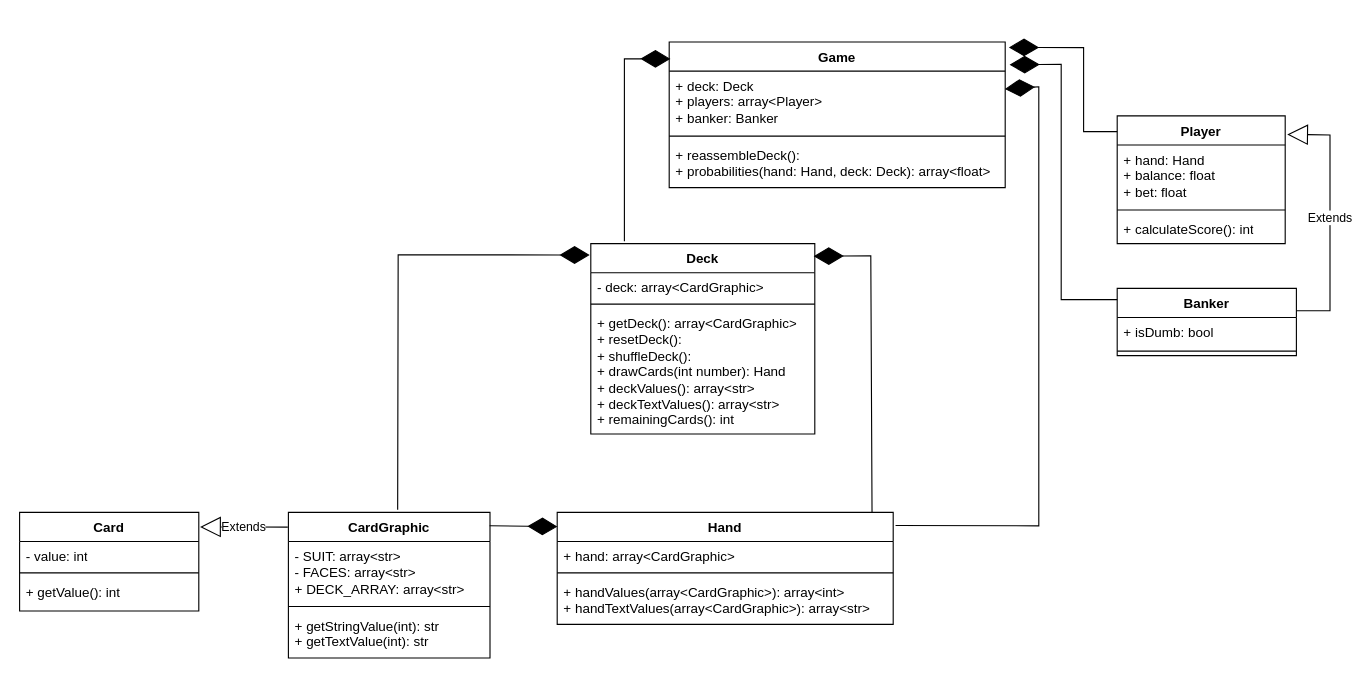
Above: uml-21.drawio in dougherty-dev/mvc (draw.io), before the change. Source tidied: cells renumbered, new cells numbered last; positions are measured from the earlier drawing's top-left corner, leaving out a move shared by most shapes. Both pictures are drawn from the tidied source at 112%, with x=0, y=0 at pixel (19, 41).
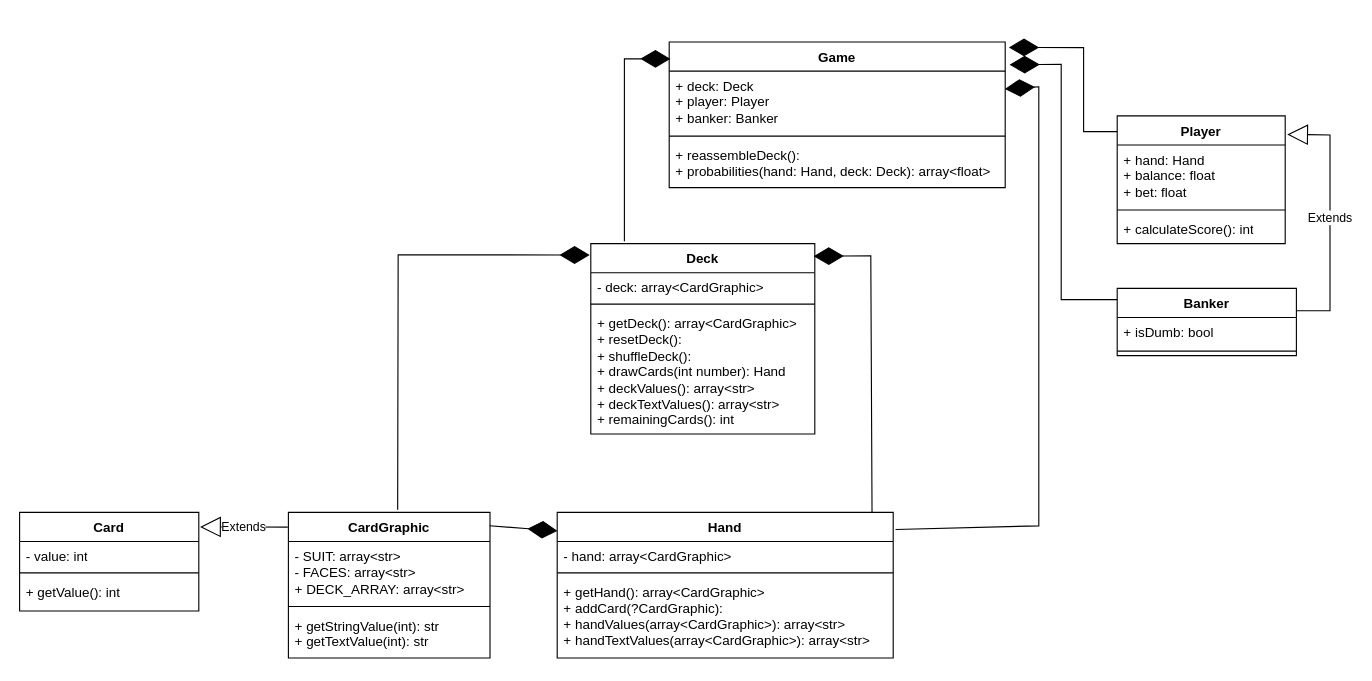
Above is the later version.

The change refers to these unchanged cells:
```xml
<mxCell id="22" value="Game" style="swimlane;fontStyle=1;align=center;verticalAlign=top;horizontal=1;startSize=26;whiteSpace=wrap;html=1;" parent="1" vertex="1">
  <mxGeometry x="580" width="300" height="130" as="geometry" />
</mxCell>
```

What changed in the source:
```diff
@@
     <mxCell id="10" value="Hand" style="swimlane;fontStyle=1;align=center;verticalAlign=top;horizontal=1;startSize=26;whiteSpace=wrap;html=1;" parent="1" vertex="1">
-      <mxGeometry x="480" y="420" width="300" height="100" as="geometry" />
+      <mxGeometry x="480" y="420" width="300" height="130" as="geometry" />
     </mxCell>
-    <mxCell id="11" value="+ hand: array&amp;lt;CardGraphic&amp;gt;" style="text;strokeColor=none;fillColor=none;align=left;verticalAlign=top;spacingLeft=4;spacingRight=4;overflow=hidden;whiteSpace=wrap;html=1;" parent="10" vertex="1">
+    <mxCell id="11" value="- hand: array&amp;lt;CardGraphic&amp;gt;" style="text;strokeColor=none;fillColor=none;align=left;verticalAlign=top;spacingLeft=4;spacingRight=4;overflow=hidden;whiteSpace=wrap;html=1;" parent="10" vertex="1">
       <mxGeometry y="26" width="300" height="24" as="geometry" />
     </mxCell>
@@
-    <mxCell id="13" value="+ handValues(array&amp;lt;CardGraphic&amp;gt;): array&amp;lt;int&amp;gt;&lt;div&gt;+ handTextValues(array&amp;lt;CardGraphic&amp;gt;): array&amp;lt;str&amp;gt;&lt;/div&gt;" style="text;strokeColor=none;fillColor=none;align=left;verticalAlign=top;spacingLeft=4;spacingRight=4;overflow=hidden;whiteSpace=wrap;html=1;" parent="10" vertex="1">
-      <mxGeometry y="58" width="300" height="42" as="geometry" />
+    <mxCell id="13" value="&lt;div&gt;+ getHand():&amp;nbsp;&lt;span style=&quot;background-color: transparent; color: light-dark(rgb(0, 0, 0), rgb(255, 255, 255));&quot;&gt;array&amp;lt;CardGraphic&amp;gt;&lt;/span&gt;&lt;/div&gt;&lt;div&gt;&lt;span style=&quot;background-color: transparent; color: light-dark(rgb(0, 0, 0), rgb(255, 255, 255));&quot;&gt;+ addCard(?&lt;/span&gt;&lt;span style=&quot;background-color: transparent; color: light-dark(rgb(0, 0, 0), rgb(255, 255, 255));&quot;&gt;CardGraphic&lt;/span&gt;&lt;span style=&quot;background-color: transparent; color: light-dark(rgb(0, 0, 0), rgb(255, 255, 255));&quot;&gt;):&lt;/span&gt;&lt;/div&gt;+ handValues(array&amp;lt;CardGraphic&amp;gt;): array&amp;lt;str&amp;gt;&lt;div&gt;+ handTextValues(array&amp;lt;CardGraphic&amp;gt;): array&amp;lt;str&amp;gt;&lt;/div&gt;" style="text;strokeColor=none;fillColor=none;align=left;verticalAlign=top;spacingLeft=4;spacingRight=4;overflow=hidden;whiteSpace=wrap;html=1;" parent="10" vertex="1">
+      <mxGeometry y="58" width="300" height="72" as="geometry" />
     </mxCell>
@@
-    <mxCell id="23" value="+ deck: Deck&lt;br&gt;+ players: array&amp;lt;Player&amp;gt;&lt;div&gt;+ banker: Banker&lt;/div&gt;" style="text;strokeColor=none;fillColor=none;align=left;verticalAlign=top;spacingLeft=4;spacingRight=4;overflow=hidden;points=[[0,0.5],[1,0.5]];portConstraint=eastwest;whiteSpace=wrap;html=1;" parent="22" vertex="1">
+    <mxCell id="23" value="+ deck: Deck&lt;br&gt;+ player: Player&lt;div&gt;+ banker: Banker&lt;/div&gt;" style="text;strokeColor=none;fillColor=none;align=left;verticalAlign=top;spacingLeft=4;spacingRight=4;overflow=hidden;points=[[0,0.5],[1,0.5]];portConstraint=eastwest;whiteSpace=wrap;html=1;" parent="22" vertex="1">
       <mxGeometry y="26" width="300" height="54" as="geometry" />
     </mxCell>
```
